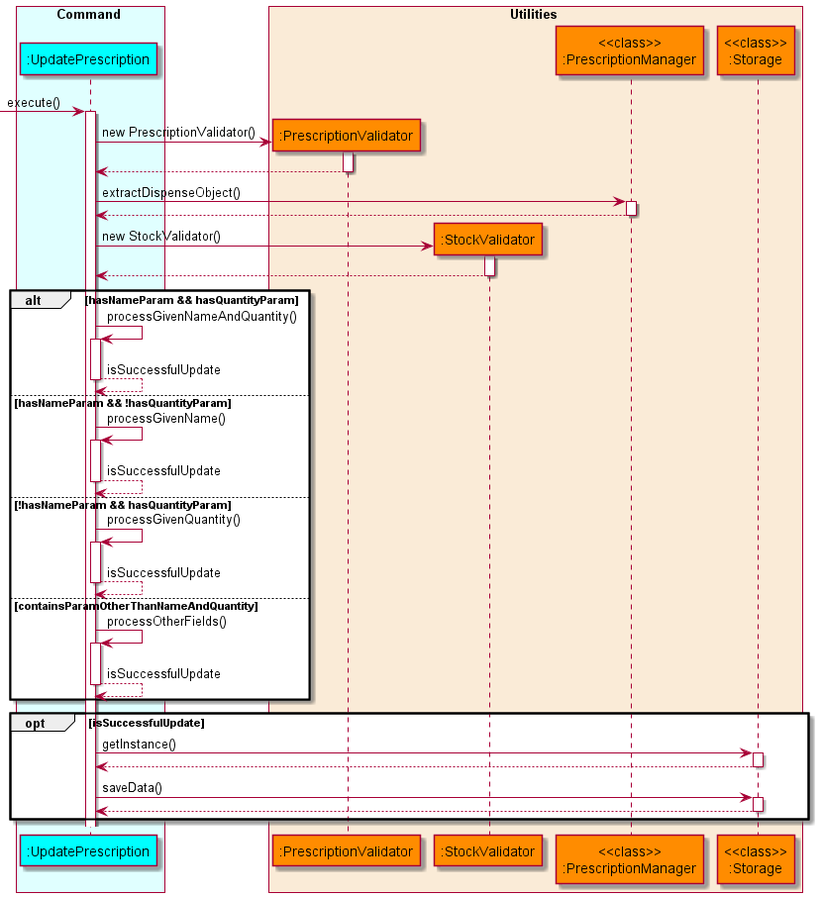
The PlantUML diagram docs/diagrams/diagram_images/UpdatePrescriptionSequenceDiagram.png in nus-cs2113-AY2122S1/tp, before a commit. Source of this version:
```plantuml
@startuml UpdatePrescriptionSequenceDiagram

!include style.puml

box Command COLOR_COMMAND_BOX
    participant ":UpdatePrescription" as updateprescription COLOR_COMMAND
end box

box Utilities COLOR_UTILITIES_BOX
    participant ":PrescriptionValidator" as prescriptionvalidator COLOR_UTILITIES
    participant ":StockValidator" as stockvalidator COLOR_UTILITIES
    participant "<<class>>\n:PrescriptionManager" as prescriptionmanager COLOR_UTILITIES
    participant "<<class>>\n:Storage" as storage COLOR_UTILITIES
end box

autoactivate on

-> updateprescription: execute()
    create prescriptionvalidator
    updateprescription -> prescriptionvalidator: new PrescriptionValidator()
    updateprescription <-- prescriptionvalidator
    updateprescription -> prescriptionmanager: extractDispenseObject()
    updateprescription <-- prescriptionmanager
    create stockvalidator
    updateprescription -> stockvalidator: new StockValidator()
    updateprescription <-- stockvalidator
    alt hasNameParam && hasQuantityParam
        updateprescription -> updateprescription: processGivenNameAndQuantity()
        updateprescription --> updateprescription: isSuccessfulUpdate
    else hasNameParam && !hasQuantityParam
        updateprescription -> updateprescription: processGivenName()
        updateprescription --> updateprescription: isSuccessfulUpdate
    else !hasNameParam && hasQuantityParam
        updateprescription -> updateprescription: processGivenQuantity()
        updateprescription --> updateprescription: isSuccessfulUpdate
    else containsParamOtherThanNameAndQuantity
        updateprescription -> updateprescription: processOtherFields()
        updateprescription --> updateprescription: isSuccessfulUpdate
    end

    opt isSuccessfulUpdate
        updateprescription -> storage: getInstance()
        updateprescription <-- storage
        updateprescription -> storage: saveData()
        updateprescription <-- storage
    end


@enduml
```
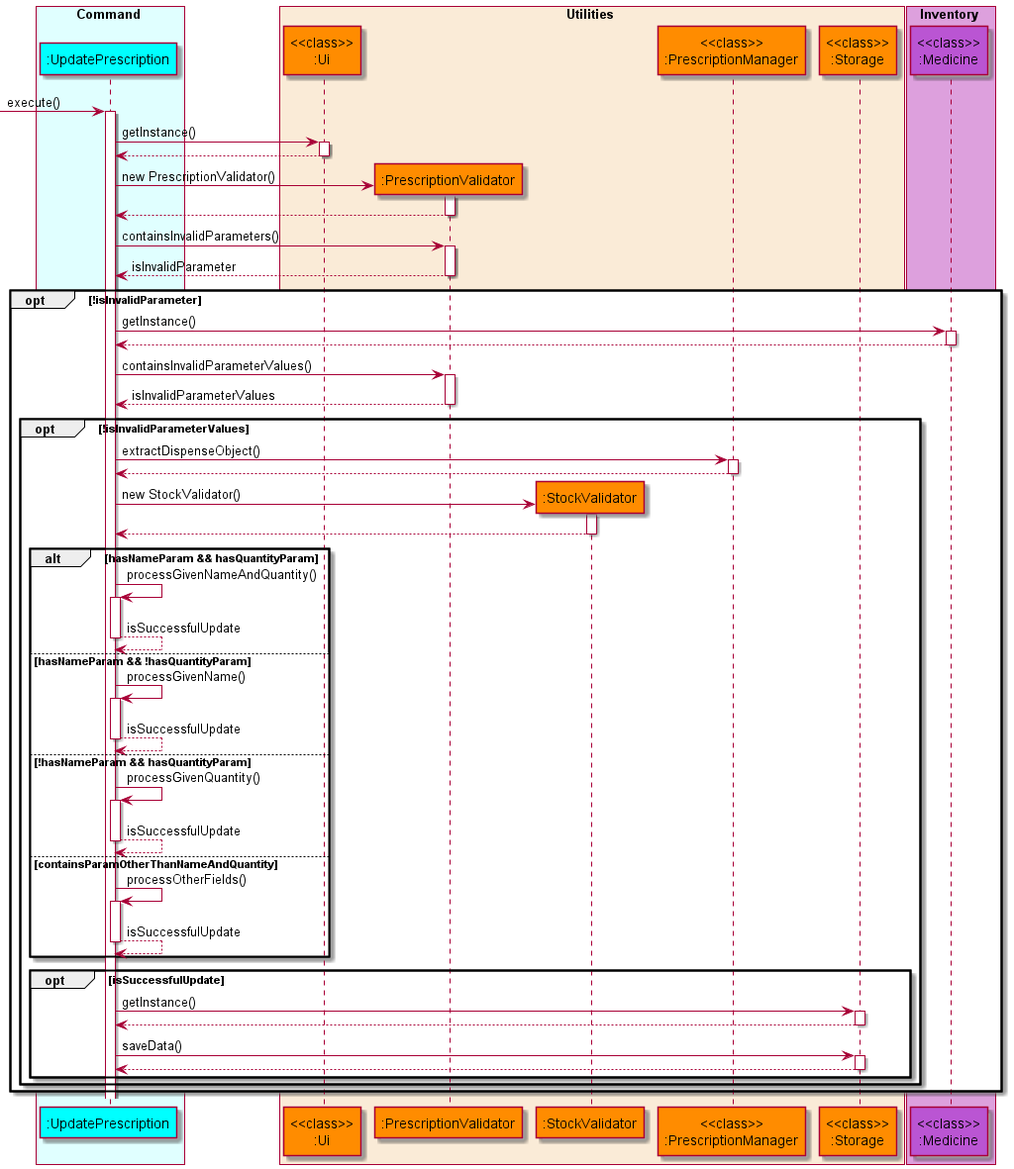
The same diagram one commit later.

Commit message:
Modify sequence diagram for update commands

What changed in the source:
```diff
@@ -7,43 +7,63 @@
 end box
 
 box Utilities COLOR_UTILITIES_BOX
+    participant "<<class>>\n:Ui" as ui COLOR_UTILITIES
     participant ":PrescriptionValidator" as prescriptionvalidator COLOR_UTILITIES
     participant ":StockValidator" as stockvalidator COLOR_UTILITIES
     participant "<<class>>\n:PrescriptionManager" as prescriptionmanager COLOR_UTILITIES
     participant "<<class>>\n:Storage" as storage COLOR_UTILITIES
 end box
 
+box Inventory COLOR_INVENTORY_BOX
+    participant "<<class>>\n:Medicine" as medicine COLOR_INVENTORY
+end box
+
 autoactivate on
 
 -> updateprescription: execute()
+    updateprescription -> ui: getInstance()
+    updateprescription <-- ui
     create prescriptionvalidator
     updateprescription -> prescriptionvalidator: new PrescriptionValidator()
     updateprescription <-- prescriptionvalidator
-    updateprescription -> prescriptionmanager: extractDispenseObject()
-    updateprescription <-- prescriptionmanager
-    create stockvalidator
-    updateprescription -> stockvalidator: new StockValidator()
-    updateprescription <-- stockvalidator
-    alt hasNameParam && hasQuantityParam
-        updateprescription -> updateprescription: processGivenNameAndQuantity()
-        updateprescription --> updateprescription: isSuccessfulUpdate
-    else hasNameParam && !hasQuantityParam
-        updateprescription -> updateprescription: processGivenName()
-        updateprescription --> updateprescription: isSuccessfulUpdate
-    else !hasNameParam && hasQuantityParam
-        updateprescription -> updateprescription: processGivenQuantity()
-        updateprescription --> updateprescription: isSuccessfulUpdate
-    else containsParamOtherThanNameAndQuantity
-        updateprescription -> updateprescription: processOtherFields()
-        updateprescription --> updateprescription: isSuccessfulUpdate
+
+    updateprescription -> prescriptionvalidator: containsInvalidParameters()
+    updateprescription <-- prescriptionvalidator: isInvalidParameter
+
+    opt !isInvalidParameter
+        updateprescription -> medicine: getInstance()
+        updateprescription <-- medicine
+
+        updateprescription -> prescriptionvalidator: containsInvalidParameterValues()
+        updateprescription <-- prescriptionvalidator: isInvalidParameterValues
+
+        opt !isInvalidParameterValues
+            updateprescription -> prescriptionmanager: extractDispenseObject()
+            updateprescription <-- prescriptionmanager
+            create stockvalidator
+            updateprescription -> stockvalidator: new StockValidator()
+            updateprescription <-- stockvalidator
+            alt hasNameParam && hasQuantityParam
+                updateprescription -> updateprescription: processGivenNameAndQuantity()
+                updateprescription --> updateprescription: isSuccessfulUpdate
+            else hasNameParam && !hasQuantityParam
+                updateprescription -> updateprescription: processGivenName()
+                updateprescription --> updateprescription: isSuccessfulUpdate
+            else !hasNameParam && hasQuantityParam
+                updateprescription -> updateprescription: processGivenQuantity()
+                updateprescription --> updateprescription: isSuccessfulUpdate
+            else containsParamOtherThanNameAndQuantity
+                updateprescription -> updateprescription: processOtherFields()
+                updateprescription --> updateprescription: isSuccessfulUpdate
+            end
+
+            opt isSuccessfulUpdate
+                updateprescription -> storage: getInstance()
+                updateprescription <-- storage
+                updateprescription -> storage: saveData()
+                updateprescription <-- storage
+            end
+        end
     end
 
-    opt isSuccessfulUpdate
-        updateprescription -> storage: getInstance()
-        updateprescription <-- storage
-        updateprescription -> storage: saveData()
-        updateprescription <-- storage
-    end
-
-
 @enduml
```
